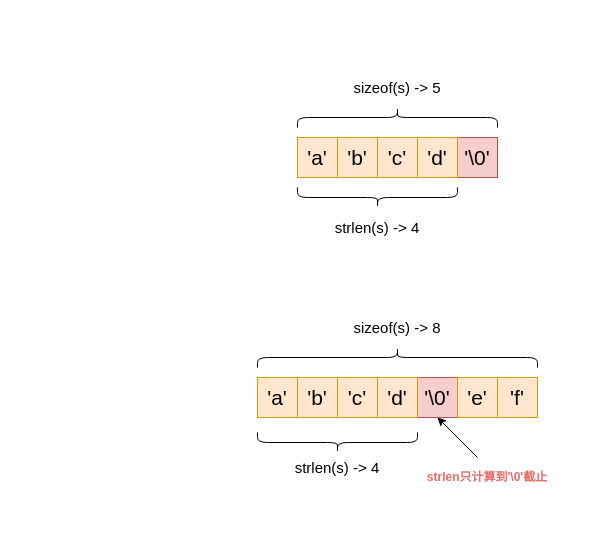
Above: sizeof_strlen.drawio in alanzhai219/code-snippet (draw.io), before the change. Source tidied: cells renumbered, new cells numbered last; positions are measured from the earlier drawing's top-left corner, leaving out a move shared by most shapes. Both pictures are drawn from the tidied source at 100%, with x=0, y=0 at pixel (257, 17).
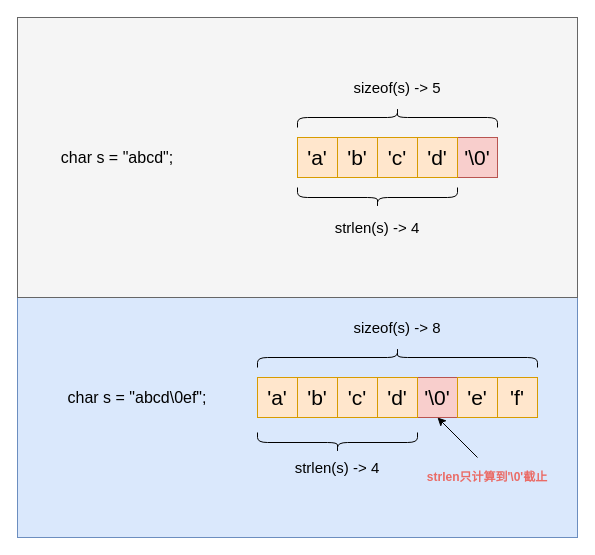
After the change.

The edit, as a diff of the source:
```diff
@@
+    <mxCell id="26" style="rounded=0;whiteSpace=wrap;html=1;fillColor=#dae8fc;strokeColor=#6c8ebf;" parent="1" vertex="1">
+      <mxGeometry x="-240" y="280" width="560" height="240" as="geometry" />
+    </mxCell>
+    <mxCell id="27" style="rounded=0;whiteSpace=wrap;html=1;fillColor=#f5f5f5;strokeColor=#666666;fontColor=#333333;" parent="1" vertex="1">
+      <mxGeometry x="-240" width="560" height="280" as="geometry" />
+    </mxCell>
@@
+    <mxCell id="28" value="&lt;font style=&quot;font-size: 16px&quot;&gt;char s = &quot;abcd&quot;;&lt;/font&gt;" style="text;html=1;strokeColor=none;fillColor=none;align=center;verticalAlign=middle;whiteSpace=wrap;rounded=0;" parent="1" vertex="1">
+      <mxGeometry x="-200" y="120" width="120" height="40" as="geometry" />
+    </mxCell>
+    <mxCell id="29" value="&lt;font style=&quot;font-size: 16px&quot;&gt;char s = &quot;abcd\0ef&quot;;&lt;/font&gt;" style="text;html=1;strokeColor=none;fillColor=none;align=center;verticalAlign=middle;whiteSpace=wrap;rounded=0;" parent="1" vertex="1">
+      <mxGeometry x="-200" y="360" width="160" height="40" as="geometry" />
+    </mxCell>
```
